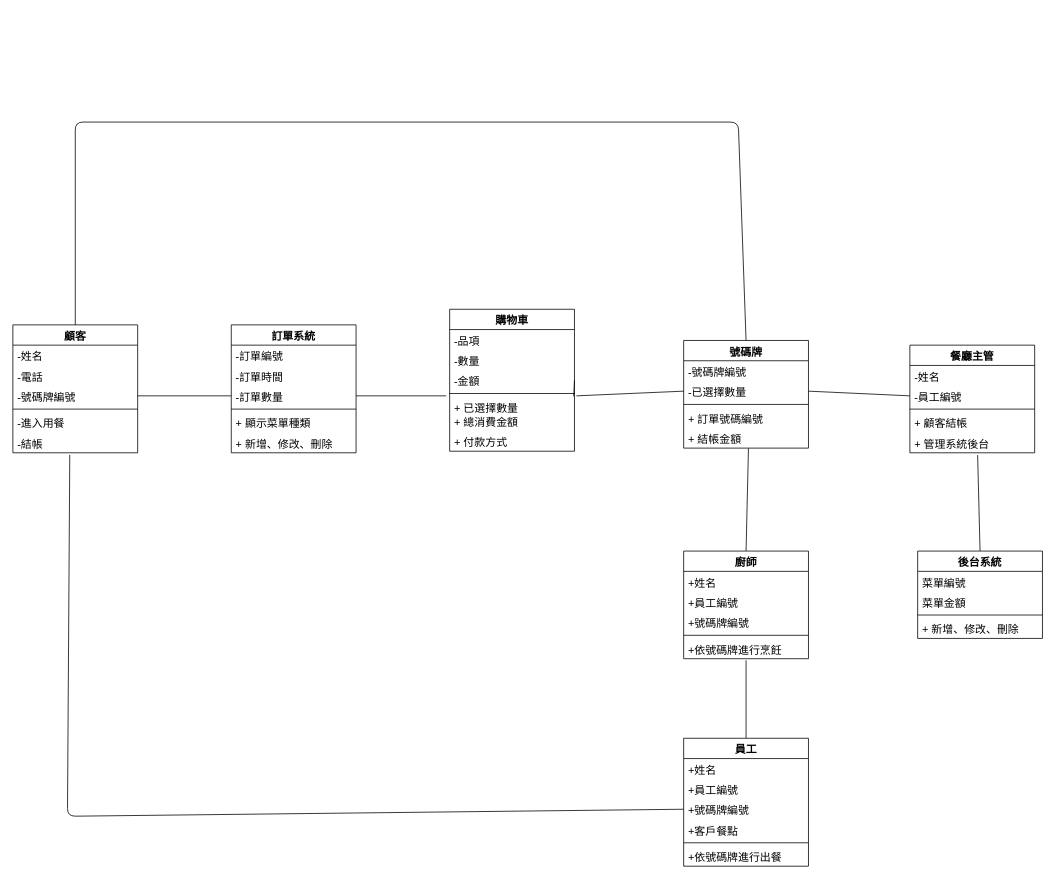
Above: page "類別圖" (3 of 4) of answer.drawio in der0829/111-2End (draw.io), before the change. Source tidied: cells renumbered, new cells numbered last; positions are measured from the earlier drawing's top-left corner, leaving out a move shared by most shapes. Both pictures are drawn from the tidied source at 78%, with x=0, y=0 at pixel (12, 122).
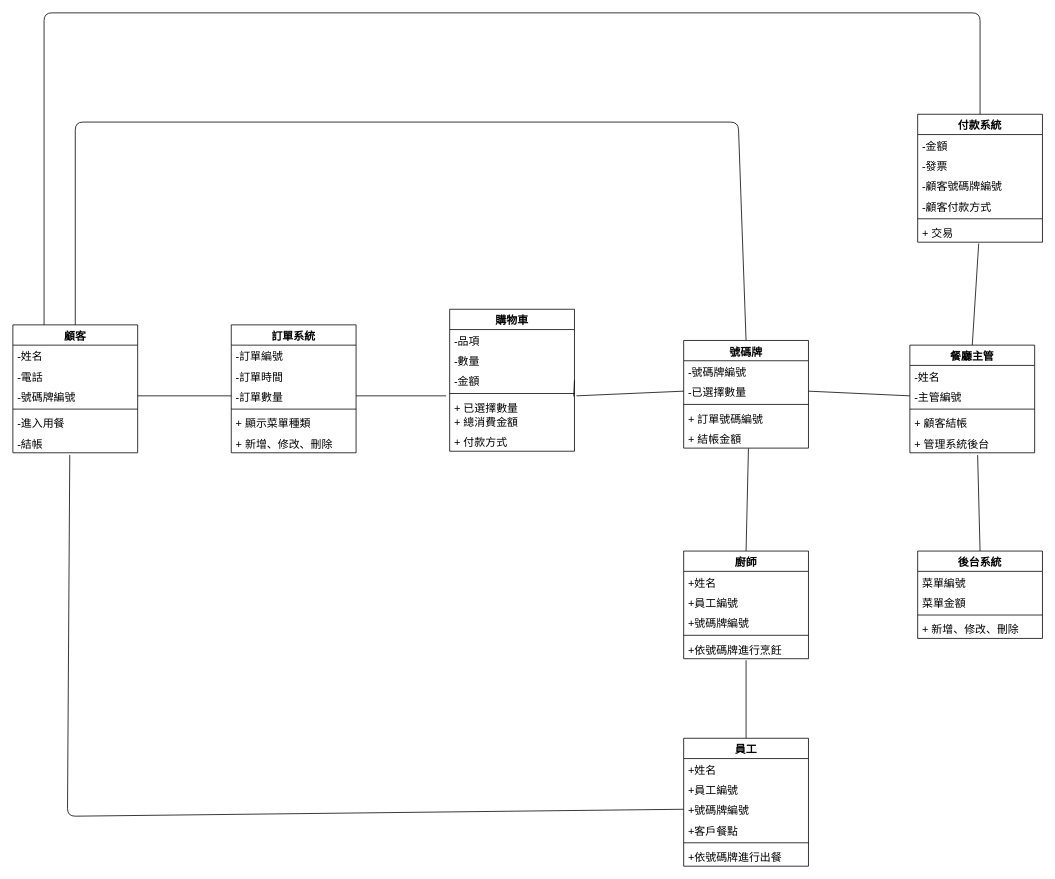
The same page after the edit.

Unchanged cells that the change refers to:
```xml
<mxCell id="2" value="顧客" style="swimlane;fontStyle=1;align=center;verticalAlign=top;horizontal=1;startSize=26;fontSize=14;" parent="1" vertex="1">
  <mxGeometry y="260" width="160" height="164" as="geometry" />
</mxCell>
<mxCell id="32" value="餐廳主管" style="swimlane;fontStyle=1;align=center;verticalAlign=top;horizontal=1;startSize=26;fontSize=14;" parent="1" vertex="1">
  <mxGeometry x="1150" y="286" width="160" height="138" as="geometry" />
</mxCell>
```

The edit, as a diff of the source:
```diff
@@
+    <mxCell id="64" style="edgeStyle=none;html=1;exitX=0.5;exitY=0;exitDx=0;exitDy=0;entryX=0.489;entryY=1.068;entryDx=0;entryDy=0;entryPerimeter=0;endArrow=none;endFill=0;" parent="1" edge="1" source="32" target="72">
+      <mxGeometry relative="1" as="geometry" />
+    </mxCell>
@@
-    <mxCell id="34" value="-員工編號" style="text;strokeColor=none;fillColor=none;align=left;verticalAlign=top;spacingLeft=4;spacingRight=4;overflow=hidden;points=[[0,0.5],[1,0.5]];portConstraint=eastwest;fontSize=14;" parent="32" vertex="1">
+    <mxCell id="34" value="-主管編號" style="text;strokeColor=none;fillColor=none;align=left;verticalAlign=top;spacingLeft=4;spacingRight=4;overflow=hidden;points=[[0,0.5],[1,0.5]];portConstraint=eastwest;fontSize=14;" parent="32" vertex="1">
       <mxGeometry y="52" width="160" height="26" as="geometry" />
     </mxCell>
@@
+    <mxCell id="65" style="edgeStyle=none;html=1;exitX=0.5;exitY=0;exitDx=0;exitDy=0;endArrow=none;endFill=0;entryX=0.25;entryY=0;entryDx=0;entryDy=0;" parent="1" edge="1" source="66" target="2">
+      <mxGeometry relative="1" as="geometry">
+        <Array as="points">
+          <mxPoint x="1240" y="-140" />
+          <mxPoint x="40" y="-140" />
+        </Array>
+      </mxGeometry>
+    </mxCell>
+    <mxCell id="66" value="付款系統" style="swimlane;fontStyle=1;align=center;verticalAlign=top;horizontal=1;startSize=26;fontSize=14;" parent="1" vertex="1">
+      <mxGeometry x="1160" y="-10" width="160" height="164" as="geometry" />
+    </mxCell>
+    <mxCell id="67" value="-金額" style="text;strokeColor=none;fillColor=none;align=left;verticalAlign=top;spacingLeft=4;spacingRight=4;overflow=hidden;fontSize=14;" parent="66" vertex="1">
+      <mxGeometry y="26" width="160" height="26" as="geometry" />
+    </mxCell>
+    <mxCell id="68" value="-發票" style="text;strokeColor=none;fillColor=none;align=left;verticalAlign=top;spacingLeft=4;spacingRight=4;overflow=hidden;fontSize=14;" parent="66" vertex="1">
+      <mxGeometry y="52" width="160" height="26" as="geometry" />
+    </mxCell>
+    <mxCell id="69" value="-顧客號碼牌編號" style="text;strokeColor=none;fillColor=none;align=left;verticalAlign=top;spacingLeft=4;spacingRight=4;overflow=hidden;fontSize=14;" parent="66" vertex="1">
+      <mxGeometry y="78" width="160" height="26" as="geometry" />
+    </mxCell>
+    <mxCell id="70" value="-顧客付款方式" style="text;strokeColor=none;fillColor=none;align=left;verticalAlign=top;spacingLeft=4;spacingRight=4;overflow=hidden;fontSize=14;" parent="66" vertex="1">
+      <mxGeometry y="104" width="160" height="26" as="geometry" />
+    </mxCell>
+    <mxCell id="71" style="line;strokeWidth=1;fillColor=none;align=left;verticalAlign=middle;spacingTop=-1;spacingLeft=3;spacingRight=3;labelPosition=right;strokeColor=inherit;fontSize=14;" parent="66" vertex="1">
+      <mxGeometry y="130" width="160" height="8" as="geometry" />
+    </mxCell>
+    <mxCell id="72" value="+ 交易" style="text;strokeColor=none;fillColor=none;align=left;verticalAlign=top;spacingLeft=4;spacingRight=4;overflow=hidden;points=[[0,0.5],[1,0.5]];portConstraint=eastwest;fontSize=14;" parent="66" vertex="1">
+      <mxGeometry y="138" width="160" height="26" as="geometry" />
+    </mxCell>
```
